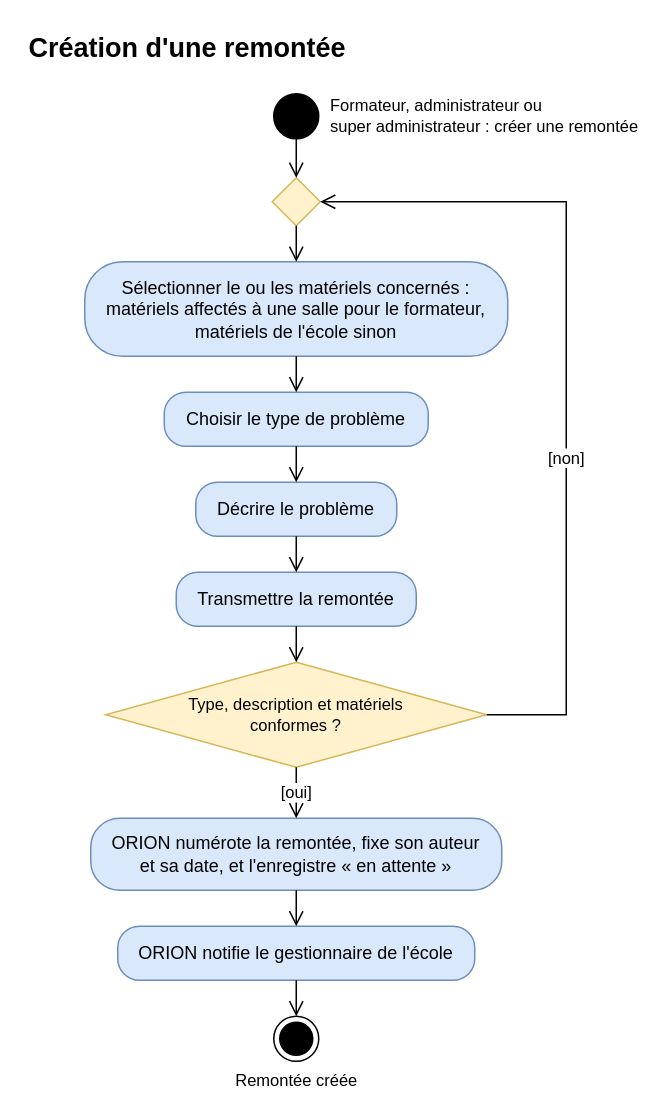
Above: page "Création d’une remontée" (2 of 10) of docs/02-ANALYSE/01-MODELISATION-METIER/02-DIAGRAMMES-ACTIVITE.drawio in bpierrelouis/aster (draw.io), before the change. Source tidied: cells renumbered, new cells numbered last; positions are measured from the earlier drawing's top-left corner, leaving out a move shared by most shapes. Both pictures are drawn from the tidied source at 150%, with x=0, y=0 at pixel (26, 26).
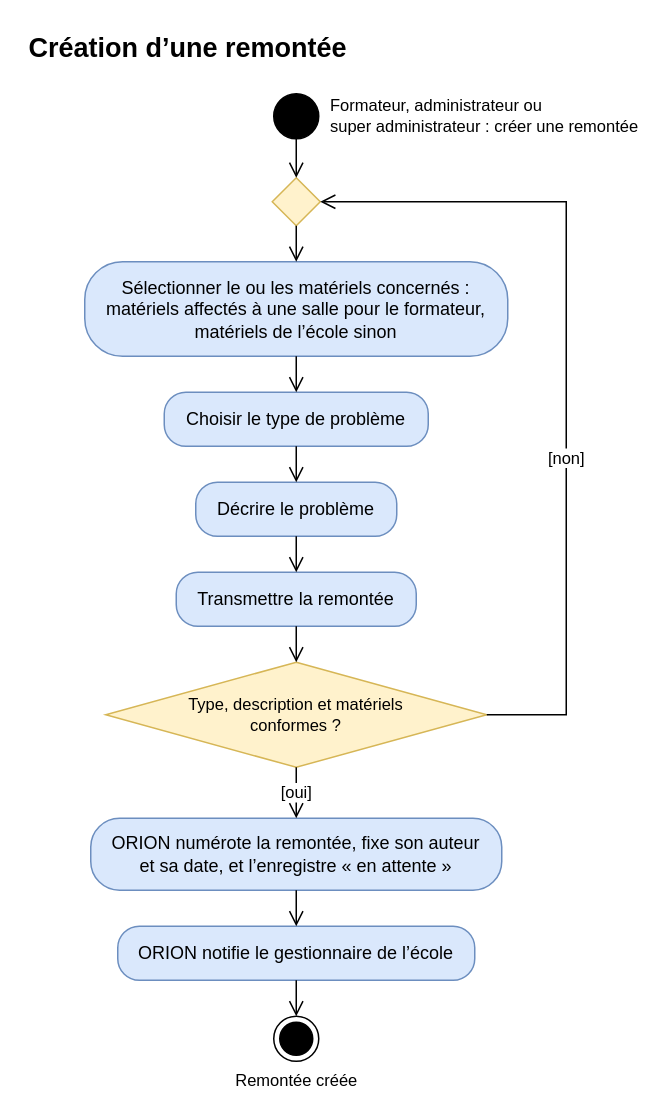
Above is the later version.

The edit, as a diff of the source:
```diff
@@
-    <mxCell id="2" value="Création d'une remontée" style="text;html=1;align=left;verticalAlign=middle;strokeColor=none;fillColor=none;fontSize=18;fontStyle=1;" parent="1" vertex="1">
+    <mxCell id="2" value="Création d’une remontée" style="text;html=1;align=left;verticalAlign=middle;strokeColor=none;fillColor=none;fontSize=18;fontStyle=1;" parent="1" vertex="1">
       <mxGeometry width="208" height="30" as="geometry" />
     </mxCell>
@@
-    <mxCell id="5" value="Sélectionner le ou les matériels concernés :&lt;br&gt;matériels affectés à une salle pour le formateur,&lt;br&gt;matériels de l'école sinon" style="rounded=1;arcSize=40;whiteSpace=wrap;html=1;fontSize=12;fillColor=#dae8fc;strokeColor=#6c8ebf;" parent="1" vertex="1">
+    <mxCell id="5" value="Sélectionner le ou les matériels concernés :&lt;br&gt;matériels affectés à une salle pour le formateur,&lt;br&gt;matériels de l’école sinon" style="rounded=1;arcSize=40;whiteSpace=wrap;html=1;fontSize=12;fillColor=#dae8fc;strokeColor=#6c8ebf;" parent="1" vertex="1">
       <mxGeometry x="39" y="157" width="282" height="63" as="geometry" />
     </mxCell>
@@
-    <mxCell id="10" value="ORION numérote la remontée, fixe son auteur&lt;br&gt;et sa date, et l'enregistre « en attente »" style="rounded=1;arcSize=40;whiteSpace=wrap;html=1;fontSize=12;fillColor=#dae8fc;strokeColor=#6c8ebf;" parent="1" vertex="1">
+    <mxCell id="10" value="ORION numérote la remontée, fixe son auteur&lt;br&gt;et sa date, et l’enregistre « en attente »" style="rounded=1;arcSize=40;whiteSpace=wrap;html=1;fontSize=12;fillColor=#dae8fc;strokeColor=#6c8ebf;" parent="1" vertex="1">
       <mxGeometry x="43" y="528" width="274" height="48" as="geometry" />
     </mxCell>
-    <mxCell id="11" value="ORION notifie le gestionnaire de l'école" style="rounded=1;arcSize=40;whiteSpace=wrap;html=1;fontSize=12;fillColor=#dae8fc;strokeColor=#6c8ebf;" parent="1" vertex="1">
+    <mxCell id="11" value="ORION notifie le gestionnaire de l’école" style="rounded=1;arcSize=40;whiteSpace=wrap;html=1;fontSize=12;fillColor=#dae8fc;strokeColor=#6c8ebf;" parent="1" vertex="1">
       <mxGeometry x="61" y="600" width="238" height="36" as="geometry" />
     </mxCell>
```
